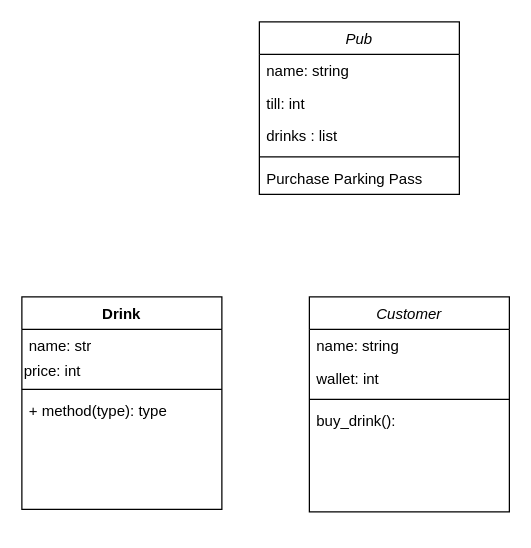
This is Class_Diagrams_Pub.drawio from Wellington-Black/pub_lab, a draw.io file, before an edit. Source tidied: cells renumbered, new cells numbered last; positions are measured from the earlier drawing's top-left corner, leaving out a move shared by most shapes. Both pictures are drawn from the tidied source at 125%, with x=0, y=0 at pixel (21, 21).
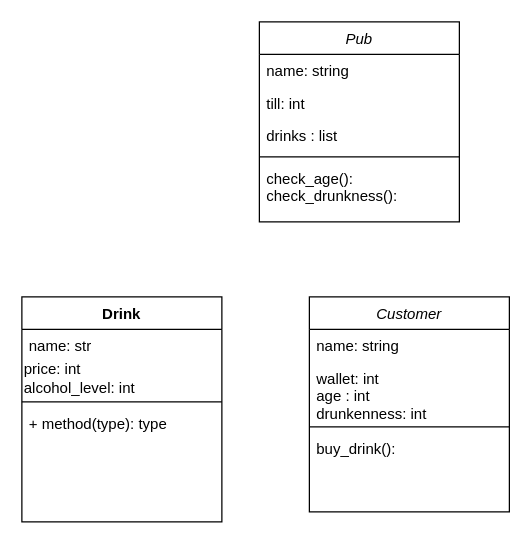
After the change.

Change to the diagram source:
```diff
@@
 <mxGraphModel>
   <root>
     <mxCell id="0" />
     <mxCell id="1" parent="0" />
     <mxCell id="2" value="Pub" style="swimlane;fontStyle=2;align=center;verticalAlign=top;horizontal=1;startSize=26;rounded=0;shadow=0;strokeWidth=1;" parent="1" vertex="1">
-      <mxGeometry x="190" width="160" height="138" as="geometry" />
+      <mxGeometry x="190" width="160" height="160" as="geometry" />
     </mxCell>
     <mxCell id="3" value="name: string" style="text;align=left;verticalAlign=top;spacingLeft=4;spacingRight=4;overflow=hidden;" parent="2" vertex="1">
       <mxGeometry y="26" width="160" height="26" as="geometry" />
     </mxCell>
     <mxCell id="4" value="till: int" style="text;align=left;verticalAlign=top;spacingLeft=4;spacingRight=4;overflow=hidden;rounded=0;shadow=0;html=0;" parent="2" vertex="1">
       <mxGeometry y="52" width="160" height="26" as="geometry" />
     </mxCell>
     <mxCell id="5" value="drinks : list" style="text;align=left;verticalAlign=top;spacingLeft=4;spacingRight=4;overflow=hidden;rounded=0;shadow=0;html=0;" parent="2" vertex="1">
       <mxGeometry y="78" width="160" height="26" as="geometry" />
     </mxCell>
     <mxCell id="6" style="line;html=1;strokeWidth=1;align=left;verticalAlign=middle;spacingTop=-1;spacingLeft=3;spacingRight=3;labelPosition=right;" parent="2" vertex="1">
       <mxGeometry y="104" width="160" height="8" as="geometry" />
     </mxCell>
-    <mxCell id="7" value="Purchase Parking Pass" style="text;align=left;verticalAlign=top;spacingLeft=4;spacingRight=4;overflow=hidden;" parent="2" vertex="1">
-      <mxGeometry y="112" width="160" height="26" as="geometry" />
+    <mxCell id="7" value="check_age():&#10;check_drunkness(): " style="text;align=left;verticalAlign=top;spacingLeft=4;spacingRight=4;overflow=hidden;" parent="2" vertex="1">
+      <mxGeometry y="112" width="160" height="48" as="geometry" />
     </mxCell>
     <mxCell id="8" value="Drink" style="swimlane;fontStyle=1;align=center;verticalAlign=top;horizontal=1;startSize=26;" parent="1" vertex="1">
-      <mxGeometry y="220" width="160" height="170" as="geometry" />
+      <mxGeometry y="220" width="160" height="180" as="geometry" />
     </mxCell>
     <mxCell id="9" value="name: str" style="text;strokeColor=none;fillColor=none;align=left;verticalAlign=top;spacingLeft=4;spacingRight=4;overflow=hidden;" parent="8" vertex="1">
       <mxGeometry y="26" width="160" height="24" as="geometry" />
     </mxCell>
-    <mxCell id="10" value="price: int" style="text;html=1;align=left;verticalAlign=middle;fillColor=none;strokeColor=none;rounded=0;" parent="8" vertex="1">
-      <mxGeometry y="50" width="160" height="20" as="geometry" />
+    <mxCell id="10" value="price: int&lt;br&gt;alcohol_level: int&lt;br&gt;" style="text;html=1;align=left;verticalAlign=middle;fillColor=none;strokeColor=none;rounded=0;" parent="8" vertex="1">
+      <mxGeometry y="50" width="160" height="30" as="geometry" />
     </mxCell>
     <mxCell id="11" style="line;strokeWidth=1;fillColor=none;align=left;verticalAlign=middle;spacingTop=-1;spacingLeft=3;spacingRight=3;labelPosition=right;" parent="8" vertex="1">
-      <mxGeometry y="70" width="160" height="8" as="geometry" />
+      <mxGeometry y="80" width="160" height="8" as="geometry" />
     </mxCell>
     <mxCell id="12" value="+ method(type): type" style="text;strokeColor=none;fillColor=none;align=left;verticalAlign=top;spacingLeft=4;spacingRight=4;overflow=hidden;" parent="8" vertex="1">
-      <mxGeometry y="78" width="160" height="92" as="geometry" />
+      <mxGeometry y="88" width="160" height="92" as="geometry" />
     </mxCell>
     <mxCell id="13" value="Customer" style="swimlane;fontStyle=2;align=center;verticalAlign=top;horizontal=1;startSize=26;rounded=0;shadow=0;strokeWidth=1;" parent="1" vertex="1">
       <mxGeometry x="230" y="220" width="160" height="172" as="geometry" />
     </mxCell>
     <mxCell id="14" value="name: string" style="text;align=left;verticalAlign=top;spacingLeft=4;spacingRight=4;overflow=hidden;" parent="13" vertex="1">
       <mxGeometry y="26" width="160" height="26" as="geometry" />
     </mxCell>
-    <mxCell id="15" value="wallet: int" style="text;align=left;verticalAlign=top;spacingLeft=4;spacingRight=4;overflow=hidden;rounded=0;shadow=0;html=0;" parent="13" vertex="1">
-      <mxGeometry y="52" width="160" height="26" as="geometry" />
+    <mxCell id="15" value="wallet: int&#10;age : int&#10;drunkenness: int&#10;&#10;" style="text;align=left;verticalAlign=top;spacingLeft=4;spacingRight=4;overflow=hidden;rounded=0;shadow=0;html=0;" parent="13" vertex="1">
+      <mxGeometry y="52" width="160" height="48" as="geometry" />
     </mxCell>
     <mxCell id="16" style="line;html=1;strokeWidth=1;align=left;verticalAlign=middle;spacingTop=-1;spacingLeft=3;spacingRight=3;labelPosition=right;" parent="13" vertex="1">
-      <mxGeometry y="78" width="160" height="8" as="geometry" />
+      <mxGeometry y="100" width="160" height="8" as="geometry" />
     </mxCell>
     <mxCell id="17" value="buy_drink():&#10;" style="text;align=left;verticalAlign=top;spacingLeft=4;spacingRight=4;overflow=hidden;" parent="13" vertex="1">
-      <mxGeometry y="86" width="160" height="60" as="geometry" />
+      <mxGeometry y="108" width="160" height="60" as="geometry" />
     </mxCell>
   </root>
 </mxGraphModel>
```
